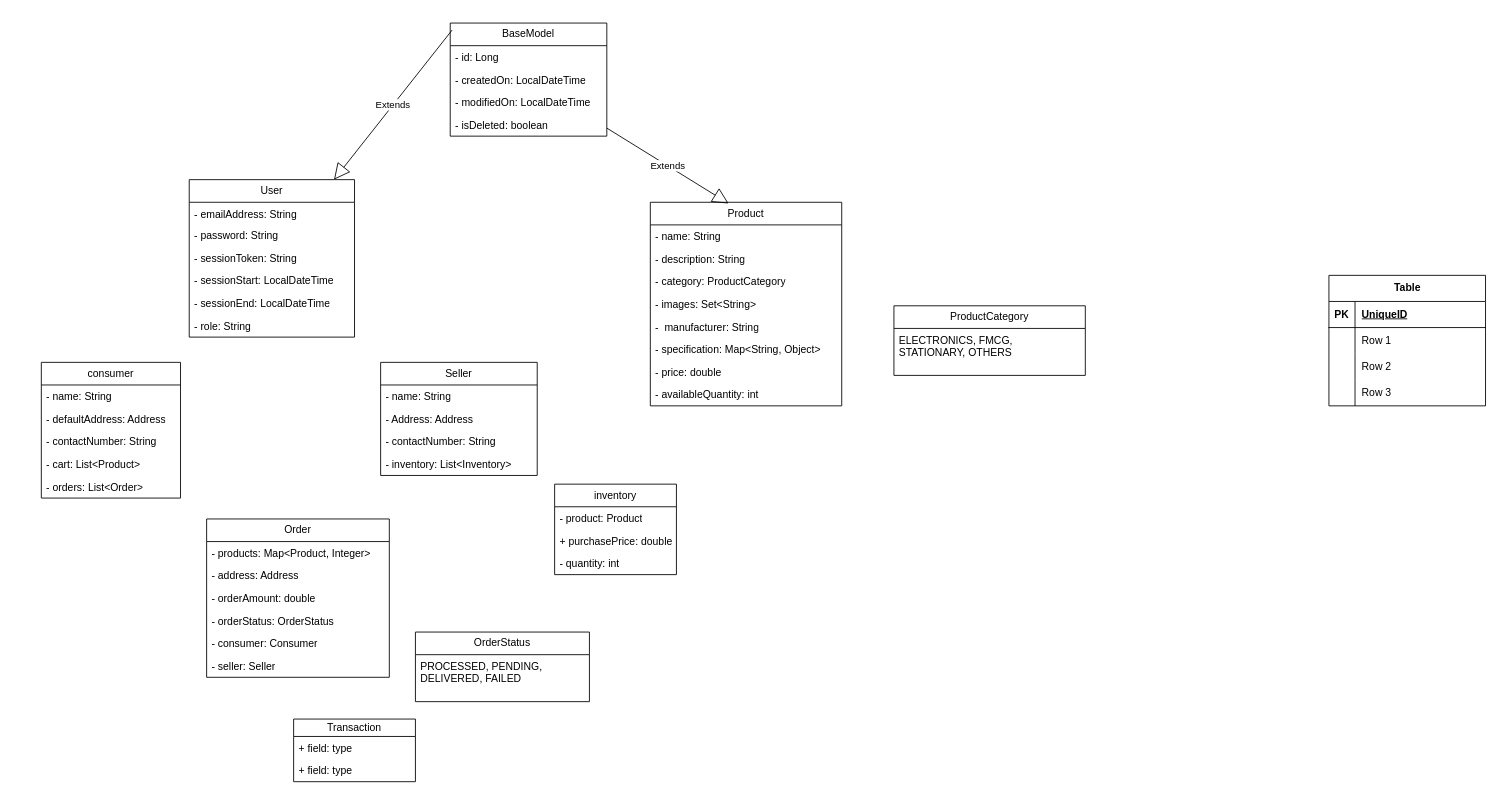
yash-khanted/Ecommerce keeps this draw.io diagram as UML.drawio. Above is the earlier version. Source tidied: cells renumbered, new cells numbered last; positions are measured from the earlier drawing's top-left corner, leaving out a move shared by most shapes. Both pictures are drawn from the tidied source at 87%, with x=0, y=0 at pixel (41, 23).
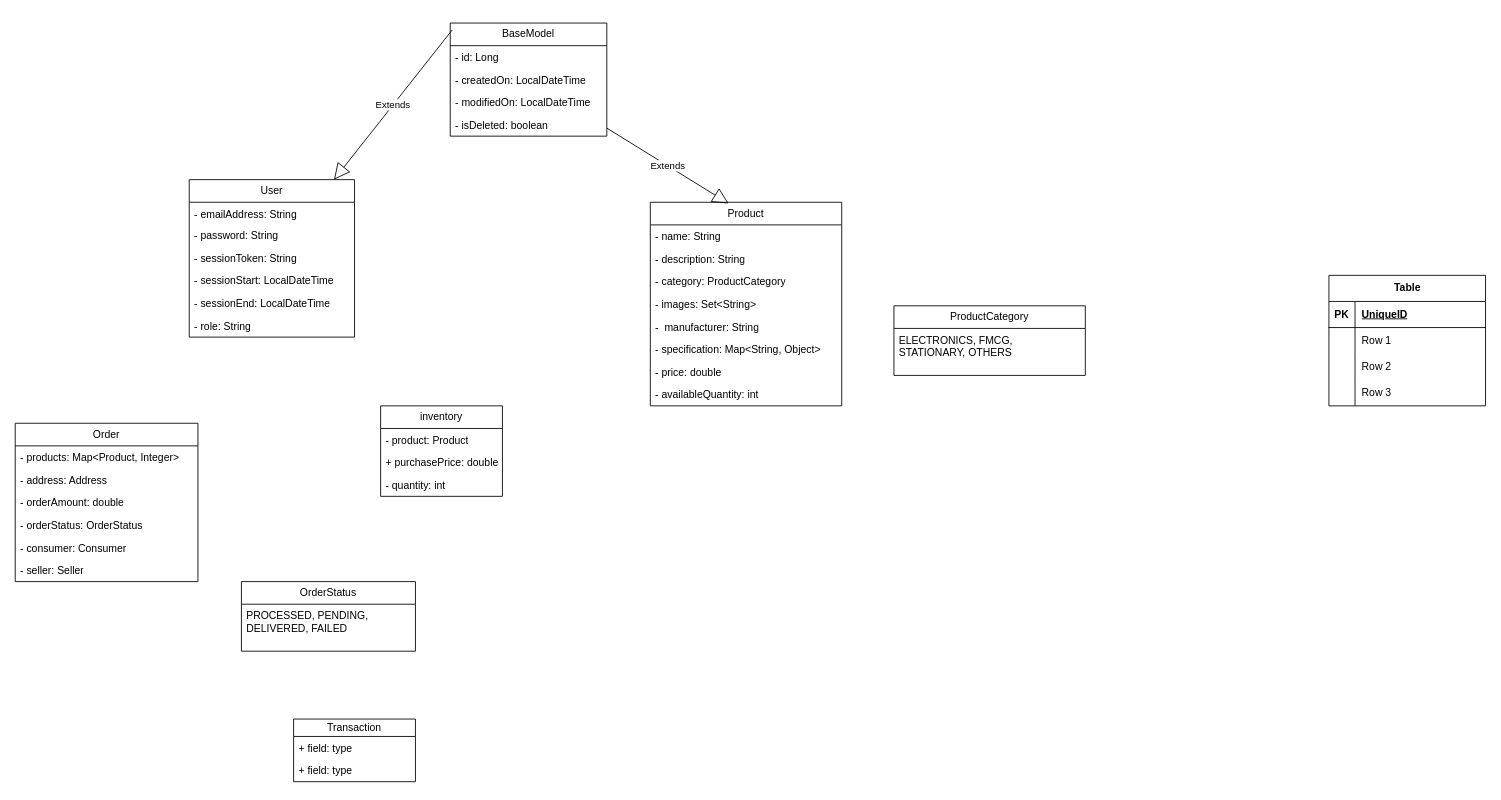
After the change.

The edit, as a diff of the source:
```diff
@@
     <mxCell id="21" value="Order" style="swimlane;fontStyle=0;horizontal=1;startSize=26;fillColor=none;whiteSpace=wrap;html=1;" parent="1" vertex="1">
-      <mxGeometry x="190" y="570" width="210" height="182" as="geometry" />
+      <mxGeometry x="-30" y="460" width="210" height="182" as="geometry" />
     </mxCell>
@@
-    <mxCell id="28" value="Seller" style="swimlane;fontStyle=0;horizontal=1;startSize=26;fillColor=none;whiteSpace=wrap;html=1;" parent="1" vertex="1">
-      <mxGeometry x="390" y="390" width="180" height="130" as="geometry" />
-    </mxCell>
-    <mxCell id="29" value="- name: String&lt;br&gt;&lt;br&gt;&lt;span style=&quot;white-space: pre;&quot;&gt;&#9;&lt;/span&gt;" style="text;strokeColor=none;fillColor=none;align=left;verticalAlign=top;spacingLeft=4;spacingRight=4;overflow=hidden;whiteSpace=wrap;html=1;" parent="28" vertex="1">
-      <mxGeometry y="26" width="180" height="26" as="geometry" />
-    </mxCell>
-    <mxCell id="30" value="- Address: Address" style="text;strokeColor=none;fillColor=none;align=left;verticalAlign=top;spacingLeft=4;spacingRight=4;overflow=hidden;whiteSpace=wrap;html=1;" parent="28" vertex="1">
-      <mxGeometry y="52" width="180" height="26" as="geometry" />
-    </mxCell>
-    <mxCell id="31" value="- contactNumber: String" style="text;strokeColor=none;fillColor=none;align=left;verticalAlign=top;spacingLeft=4;spacingRight=4;overflow=hidden;whiteSpace=wrap;html=1;" parent="28" vertex="1">
-      <mxGeometry y="78" width="180" height="26" as="geometry" />
-    </mxCell>
-    <mxCell id="32" value="- inventory: List&amp;lt;Inventory&amp;gt;" style="text;strokeColor=none;fillColor=none;align=left;verticalAlign=top;spacingLeft=4;spacingRight=4;overflow=hidden;whiteSpace=wrap;html=1;" parent="28" vertex="1">
-      <mxGeometry y="104" width="180" height="26" as="geometry" />
-    </mxCell>
-    <mxCell id="33" value="consumer" style="swimlane;fontStyle=0;horizontal=1;startSize=26;fillColor=none;whiteSpace=wrap;html=1;" parent="1" vertex="1">
-      <mxGeometry y="390" width="160" height="156" as="geometry" />
-    </mxCell>
-    <mxCell id="34" value="- name: String" style="text;strokeColor=none;fillColor=none;align=left;verticalAlign=top;spacingLeft=4;spacingRight=4;overflow=hidden;whiteSpace=wrap;html=1;" parent="33" vertex="1">
-      <mxGeometry y="26" width="160" height="26" as="geometry" />
-    </mxCell>
-    <mxCell id="35" value="- defaultAddress: Address" style="text;strokeColor=none;fillColor=none;align=left;verticalAlign=top;spacingLeft=4;spacingRight=4;overflow=hidden;whiteSpace=wrap;html=1;" parent="33" vertex="1">
-      <mxGeometry y="52" width="160" height="26" as="geometry" />
-    </mxCell>
-    <mxCell id="36" value="- contactNumber: String" style="text;strokeColor=none;fillColor=none;align=left;verticalAlign=top;spacingLeft=4;spacingRight=4;overflow=hidden;whiteSpace=wrap;html=1;" parent="33" vertex="1">
-      <mxGeometry y="78" width="160" height="26" as="geometry" />
-    </mxCell>
-    <mxCell id="37" value="- cart: List&amp;lt;Product&amp;gt;" style="text;strokeColor=none;fillColor=none;align=left;verticalAlign=top;spacingLeft=4;spacingRight=4;overflow=hidden;whiteSpace=wrap;html=1;" parent="33" vertex="1">
-      <mxGeometry y="104" width="160" height="26" as="geometry" />
-    </mxCell>
-    <mxCell id="38" value="- orders: List&amp;lt;Order&amp;gt;" style="text;strokeColor=none;fillColor=none;align=left;verticalAlign=top;spacingLeft=4;spacingRight=4;overflow=hidden;whiteSpace=wrap;html=1;" parent="33" vertex="1">
-      <mxGeometry y="130" width="160" height="26" as="geometry" />
-    </mxCell>
     <mxCell id="39" value="inventory" style="swimlane;fontStyle=0;horizontal=1;startSize=26;fillColor=none;whiteSpace=wrap;html=1;" parent="1" vertex="1">
-      <mxGeometry x="590" y="530" width="140" height="104" as="geometry" />
+      <mxGeometry x="390" y="440" width="140" height="104" as="geometry" />
     </mxCell>
@@
     <mxCell id="61" value="OrderStatus" style="swimlane;fontStyle=0;horizontal=1;startSize=26;fillColor=none;whiteSpace=wrap;html=1;" parent="1" vertex="1">
-      <mxGeometry x="430" y="700" width="200" height="80" as="geometry" />
+      <mxGeometry x="230" y="642" width="200" height="80" as="geometry" />
     </mxCell>
```
